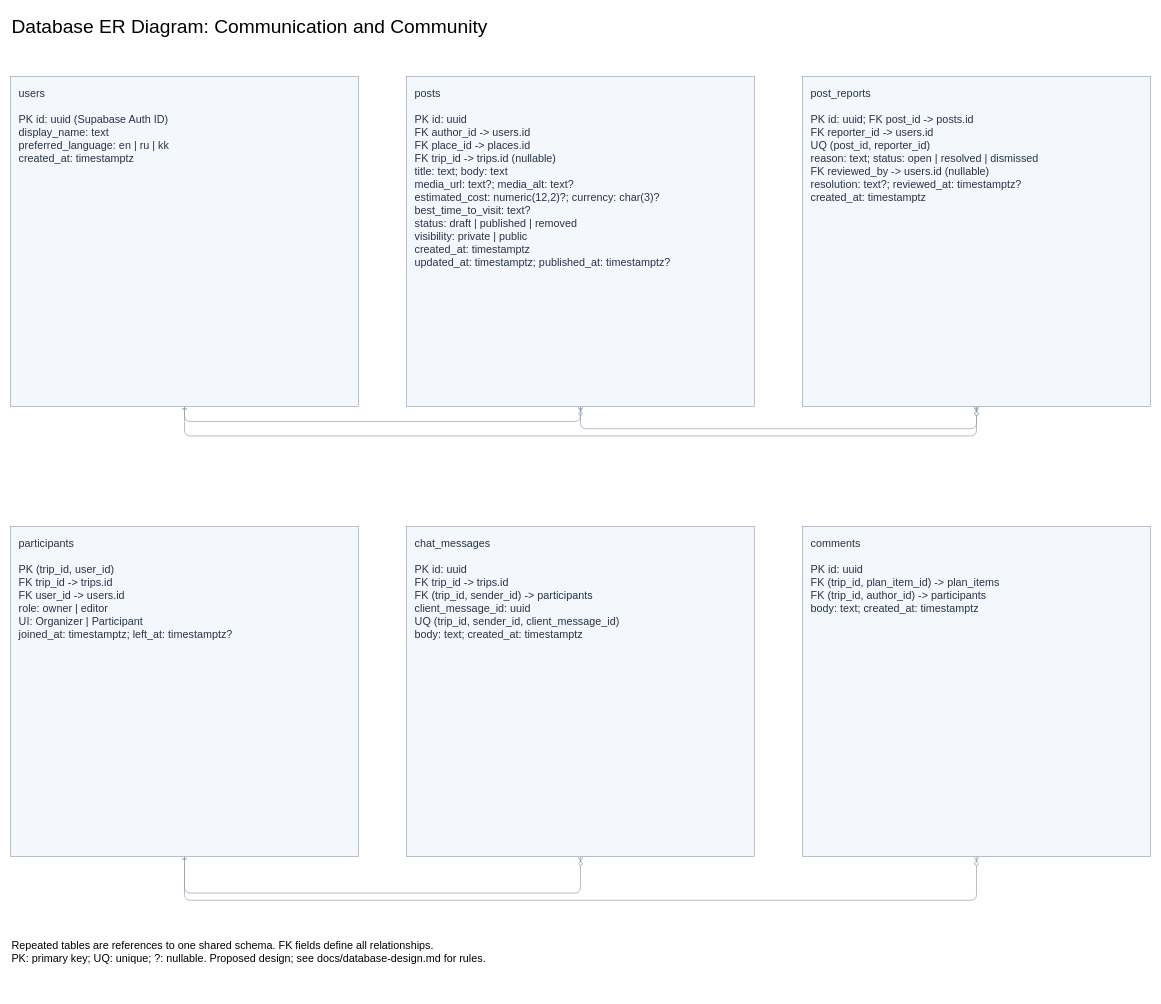
This is page "Communication and Community" (3 of 4) of diagrams/database-er.drawio from yer455yl/collaborative-trip-planning, a draw.io file, before an edit. Source tidied: cells renumbered, new cells numbered last; positions are measured from the earlier drawing's top-left corner, leaving out a move shared by most shapes. Both pictures are drawn from the tidied source at 60%, with x=0, y=0 at pixel (10, 10).
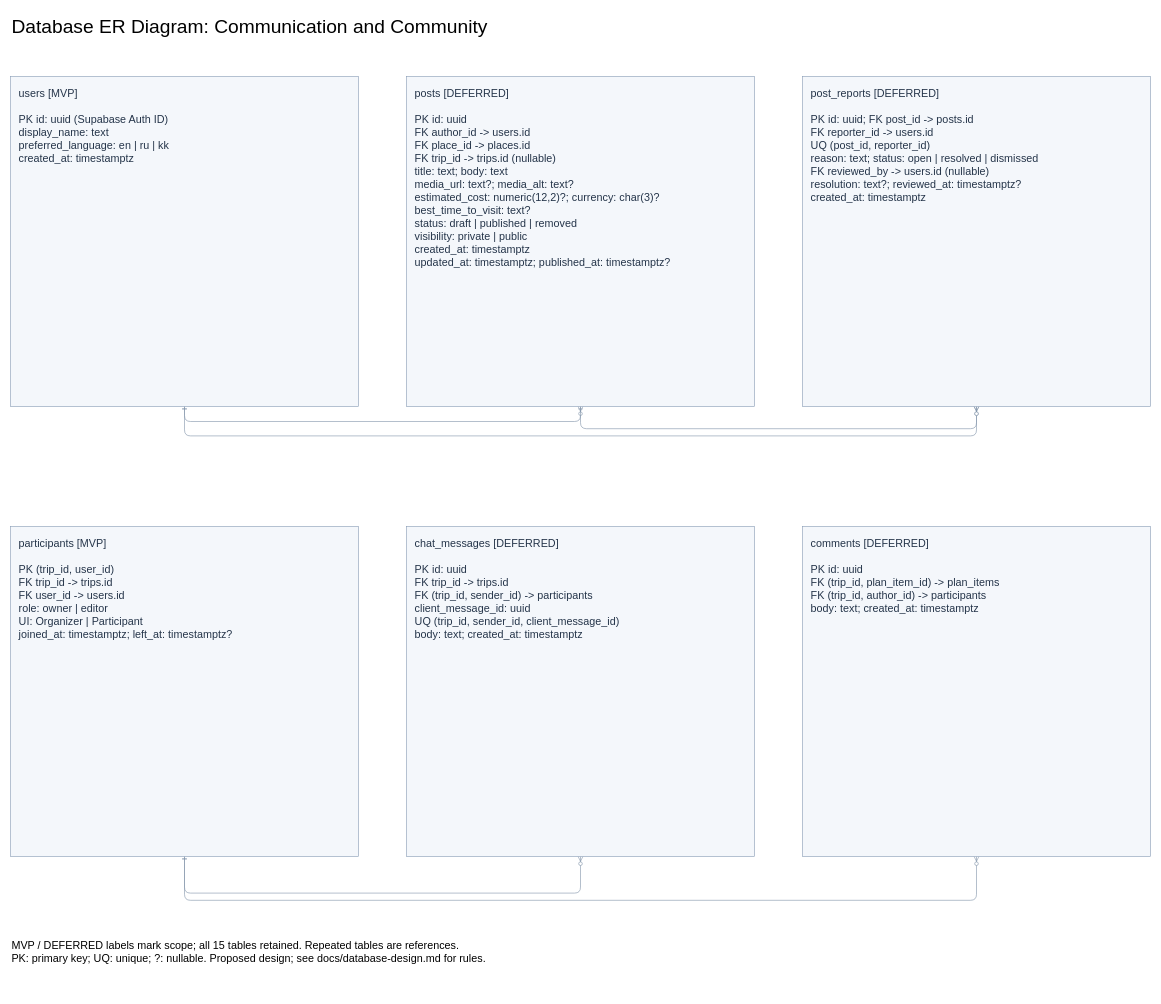
Above is the later version.

Change to the diagram source:
```diff
@@
-    <mxCell id="8" value="users&#10;&#10;PK id: uuid (Supabase Auth ID)&#10;display_name: text&#10;preferred_language: en | ru | kk&#10;created_at: timestamptz" style="rounded=0;whiteSpace=wrap;html=0;fillColor=#f4f7fb;strokeColor=#879bb5;fontColor=#243449;fontSize=18;align=left;verticalAlign=top;spacing=14;" parent="1" vertex="1">
+    <mxCell id="8" value="users [MVP]&#10;&#10;PK id: uuid (Supabase Auth ID)&#10;display_name: text&#10;preferred_language: en | ru | kk&#10;created_at: timestamptz" style="rounded=0;whiteSpace=wrap;html=0;fillColor=#f4f7fb;strokeColor=#879bb5;fontColor=#243449;fontSize=18;align=left;verticalAlign=top;spacing=14;" parent="1" vertex="1">
       <mxGeometry y="110" width="580" height="550" as="geometry" />
     </mxCell>
-    <mxCell id="9" value="posts&#10;&#10;PK id: uuid&#10;FK author_id -&gt; users.id&#10;FK place_id -&gt; places.id&#10;FK trip_id -&gt; trips.id (nullable)&#10;title: text; body: text&#10;media_url: text?; media_alt: text?&#10;estimated_cost: numeric(12,2)?; currency: char(3)?&#10;best_time_to_visit: text?&#10;status: draft | published | removed&#10;visibility: private | public&#10;created_at: timestamptz&#10;updated_at: timestamptz; published_at: timestamptz?" style="rounded=0;whiteSpace=wrap;html=0;fillColor=#f4f7fb;strokeColor=#879bb5;fontColor=#243449;fontSize=18;align=left;verticalAlign=top;spacing=14;" parent="1" vertex="1">
+    <mxCell id="9" value="posts [DEFERRED]&#10;&#10;PK id: uuid&#10;FK author_id -&gt; users.id&#10;FK place_id -&gt; places.id&#10;FK trip_id -&gt; trips.id (nullable)&#10;title: text; body: text&#10;media_url: text?; media_alt: text?&#10;estimated_cost: numeric(12,2)?; currency: char(3)?&#10;best_time_to_visit: text?&#10;status: draft | published | removed&#10;visibility: private | public&#10;created_at: timestamptz&#10;updated_at: timestamptz; published_at: timestamptz?" style="rounded=0;whiteSpace=wrap;html=0;fillColor=#f4f7fb;strokeColor=#879bb5;fontColor=#243449;fontSize=18;align=left;verticalAlign=top;spacing=14;" parent="1" vertex="1">
       <mxGeometry x="660" y="110" width="580" height="550" as="geometry" />
     </mxCell>
-    <mxCell id="10" value="post_reports&#10;&#10;PK id: uuid; FK post_id -&gt; posts.id&#10;FK reporter_id -&gt; users.id&#10;UQ (post_id, reporter_id)&#10;reason: text; status: open | resolved | dismissed&#10;FK reviewed_by -&gt; users.id (nullable)&#10;resolution: text?; reviewed_at: timestamptz?&#10;created_at: timestamptz" style="rounded=0;whiteSpace=wrap;html=0;fillColor=#f4f7fb;strokeColor=#879bb5;fontColor=#243449;fontSize=18;align=left;verticalAlign=top;spacing=14;" parent="1" vertex="1">
+    <mxCell id="10" value="post_reports [DEFERRED]&#10;&#10;PK id: uuid; FK post_id -&gt; posts.id&#10;FK reporter_id -&gt; users.id&#10;UQ (post_id, reporter_id)&#10;reason: text; status: open | resolved | dismissed&#10;FK reviewed_by -&gt; users.id (nullable)&#10;resolution: text?; reviewed_at: timestamptz?&#10;created_at: timestamptz" style="rounded=0;whiteSpace=wrap;html=0;fillColor=#f4f7fb;strokeColor=#879bb5;fontColor=#243449;fontSize=18;align=left;verticalAlign=top;spacing=14;" parent="1" vertex="1">
       <mxGeometry x="1320" y="110" width="580" height="550" as="geometry" />
     </mxCell>
-    <mxCell id="11" value="participants&#10;&#10;PK (trip_id, user_id)&#10;FK trip_id -&gt; trips.id&#10;FK user_id -&gt; users.id&#10;role: owner | editor&#10;UI: Organizer | Participant&#10;joined_at: timestamptz; left_at: timestamptz?" style="rounded=0;whiteSpace=wrap;html=0;fillColor=#f4f7fb;strokeColor=#879bb5;fontColor=#243449;fontSize=18;align=left;verticalAlign=top;spacing=14;" parent="1" vertex="1">
+    <mxCell id="11" value="participants [MVP]&#10;&#10;PK (trip_id, user_id)&#10;FK trip_id -&gt; trips.id&#10;FK user_id -&gt; users.id&#10;role: owner | editor&#10;UI: Organizer | Participant&#10;joined_at: timestamptz; left_at: timestamptz?" style="rounded=0;whiteSpace=wrap;html=0;fillColor=#f4f7fb;strokeColor=#879bb5;fontColor=#243449;fontSize=18;align=left;verticalAlign=top;spacing=14;" parent="1" vertex="1">
       <mxGeometry y="860" width="580" height="550" as="geometry" />
     </mxCell>
-    <mxCell id="12" value="chat_messages&#10;&#10;PK id: uuid&#10;FK trip_id -&gt; trips.id&#10;FK (trip_id, sender_id) -&gt; participants&#10;client_message_id: uuid&#10;UQ (trip_id, sender_id, client_message_id)&#10;body: text; created_at: timestamptz" style="rounded=0;whiteSpace=wrap;html=0;fillColor=#f4f7fb;strokeColor=#879bb5;fontColor=#243449;fontSize=18;align=left;verticalAlign=top;spacing=14;" parent="1" vertex="1">
+    <mxCell id="12" value="chat_messages [DEFERRED]&#10;&#10;PK id: uuid&#10;FK trip_id -&gt; trips.id&#10;FK (trip_id, sender_id) -&gt; participants&#10;client_message_id: uuid&#10;UQ (trip_id, sender_id, client_message_id)&#10;body: text; created_at: timestamptz" style="rounded=0;whiteSpace=wrap;html=0;fillColor=#f4f7fb;strokeColor=#879bb5;fontColor=#243449;fontSize=18;align=left;verticalAlign=top;spacing=14;" parent="1" vertex="1">
       <mxGeometry x="660" y="860" width="580" height="550" as="geometry" />
     </mxCell>
-    <mxCell id="13" value="comments&#10;&#10;PK id: uuid&#10;FK (trip_id, plan_item_id) -&gt; plan_items&#10;FK (trip_id, author_id) -&gt; participants&#10;body: text; created_at: timestamptz" style="rounded=0;whiteSpace=wrap;html=0;fillColor=#f4f7fb;strokeColor=#879bb5;fontColor=#243449;fontSize=18;align=left;verticalAlign=top;spacing=14;" parent="1" vertex="1">
+    <mxCell id="13" value="comments [DEFERRED]&#10;&#10;PK id: uuid&#10;FK (trip_id, plan_item_id) -&gt; plan_items&#10;FK (trip_id, author_id) -&gt; participants&#10;body: text; created_at: timestamptz" style="rounded=0;whiteSpace=wrap;html=0;fillColor=#f4f7fb;strokeColor=#879bb5;fontColor=#243449;fontSize=18;align=left;verticalAlign=top;spacing=14;" parent="1" vertex="1">
       <mxGeometry x="1320" y="860" width="580" height="550" as="geometry" />
     </mxCell>
-    <mxCell id="14" value="Repeated tables are references to one shared schema. FK fields define all relationships.&#10;PK: primary key; UQ: unique; ?: nullable. Proposed design; see docs/database-design.md for rules." style="text;html=0;fontSize=18;align=left;" parent="1" vertex="1">
+    <mxCell id="14" value="MVP / DEFERRED labels mark scope; all 15 tables retained. Repeated tables are references.&#10;PK: primary key; UQ: unique; ?: nullable. Proposed design; see docs/database-design.md for rules." style="text;html=0;fontSize=18;align=left;" parent="1" vertex="1">
       <mxGeometry y="1540" width="1880" height="100" as="geometry" />
     </mxCell>
```
